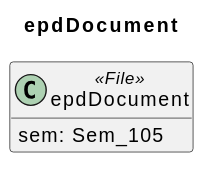
Before: docs/model/sections/epdDocument.svg, a diagram exported from PlantUML (Leeeks/aas-epd-type-iii-submodel).
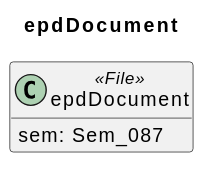
The same diagram one commit later.

What changed in the source:
```diff
@@ -5,6 +5,6 @@
 hide empty members
 
 class epdDocument <<File>> {
-  sem: Sem_105
+  sem: Sem_087
 }
 @enduml
```
